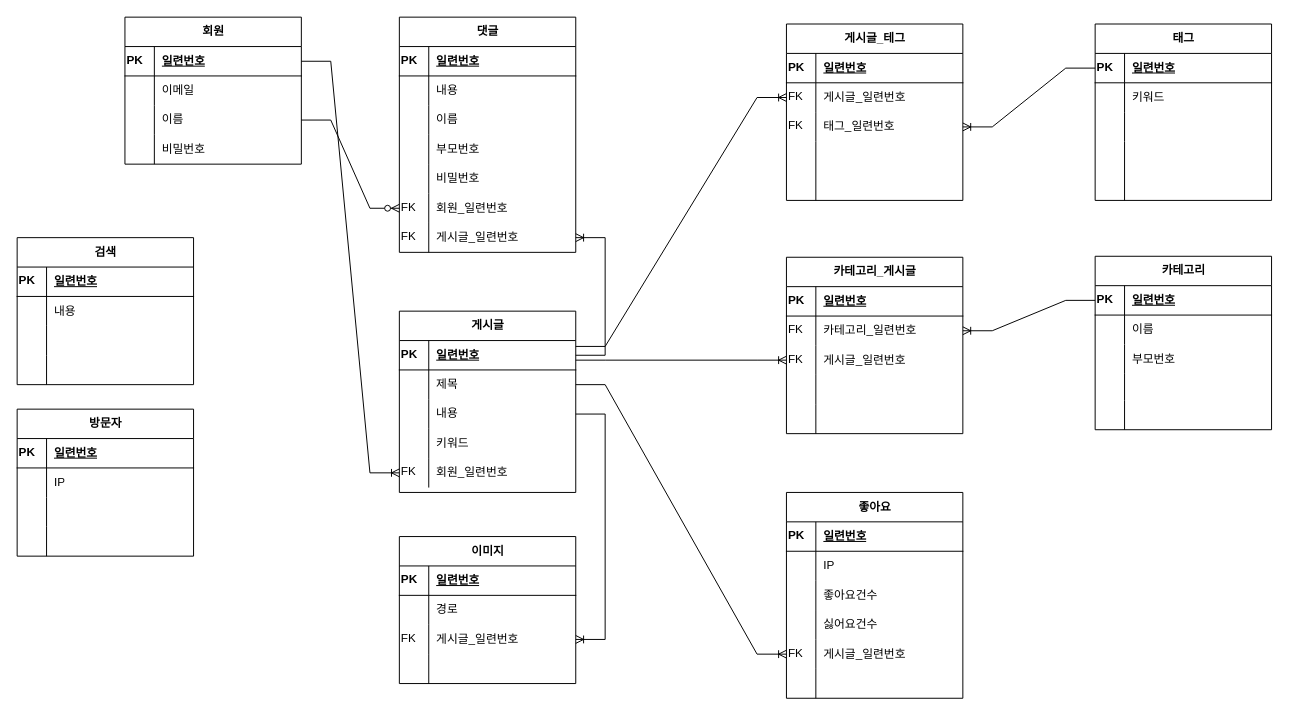
The draw.io diagram blogJoo.drawio in jookyungkim/joo-ERD, before the edit. Source tidied: cells renumbered, new cells numbered last; positions are measured from the earlier drawing's top-left corner, leaving out a move shared by most shapes. Both pictures are drawn from the tidied source at 98%, with x=0, y=0 at pixel (17, 17).
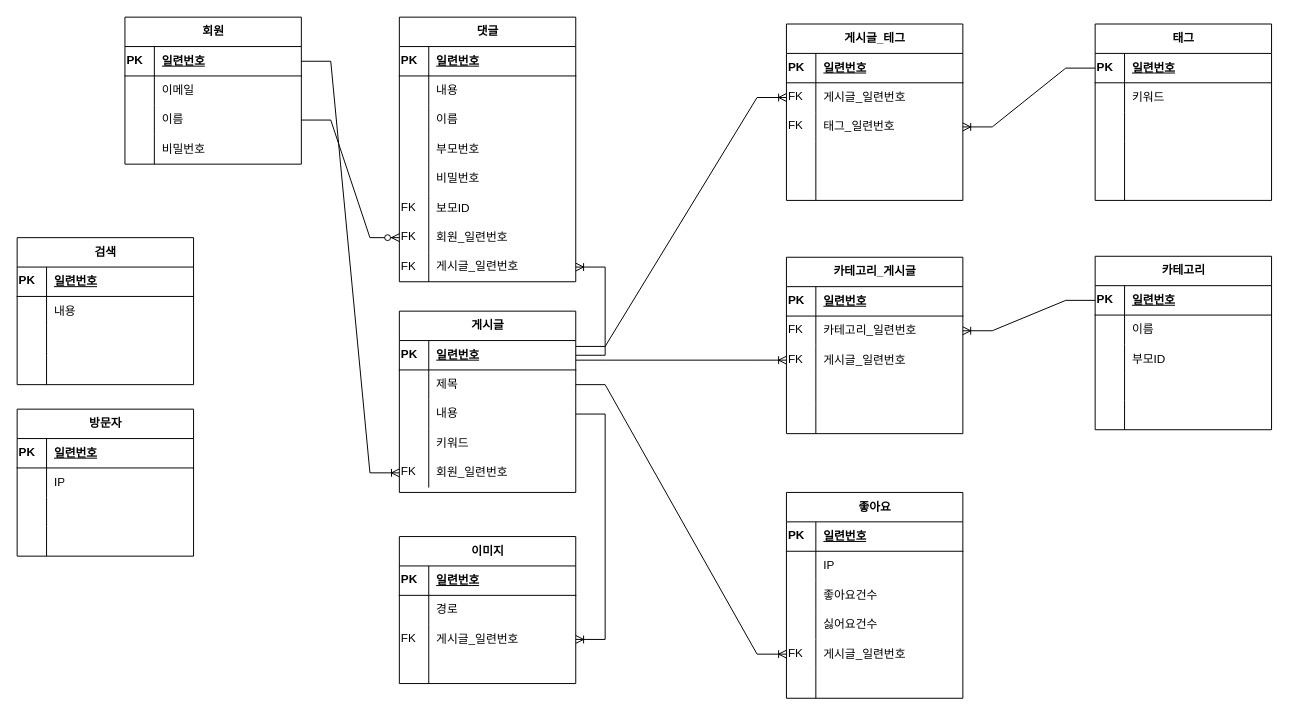
The same diagram, later.

The change refers to these unchanged cells:
```xml
<mxCell id="157" style="shape=partialRectangle;fillColor=none;top=0;left=0;bottom=0;right=0;align=left;verticalAlign=top;html=1;" parent="150" vertex="1">
  <mxGeometry y="90" width="180" height="30" as="geometry" />
</mxCell>
```

Change to the diagram source:
```diff
@@
     <mxCell id="32" value="댓글" style="shape=table;startSize=30;childLayout=tableLayout;rowLines=0;fontStyle=1;align=center;html=1;" parent="1" vertex="1">
-      <mxGeometry x="390" width="180" height="240" as="geometry" />
+      <mxGeometry x="390" width="180" height="270" as="geometry" />
     </mxCell>
@@
+    <mxCell id="184" style="shape=partialRectangle;fillColor=none;top=0;left=0;bottom=0;right=0;align=left;verticalAlign=top;html=1;" parent="32" vertex="1">
+      <mxGeometry y="180" width="180" height="30" as="geometry" />
+    </mxCell>
+    <mxCell id="185" value="FK" style="shape=partialRectangle;fillColor=none;top=0;left=0;bottom=0;right=0;overflow=hidden;align=left;verticalAlign=top;html=1;" parent="184" vertex="1">
+      <mxGeometry width="30" height="30" as="geometry" />
+    </mxCell>
+    <mxCell id="186" value="보모ID" style="shape=partialRectangle;fillColor=none;top=0;left=0;bottom=0;right=0;align=left;spacingLeft=6;overflow=hidden;html=1;" parent="184" vertex="1">
+      <mxGeometry x="30" width="150" height="30" as="geometry" />
+    </mxCell>
     <mxCell id="48" style="shape=partialRectangle;fillColor=none;top=0;left=0;bottom=0;right=0;points=[[0,0.5],[1,0.5]];portConstraint=eastwest;align=left;verticalAlign=top;html=1;" parent="32" vertex="1">
-      <mxGeometry y="180" width="180" height="30" as="geometry" />
+      <mxGeometry y="210" width="180" height="30" as="geometry" />
     </mxCell>
@@
     <mxCell id="51" style="shape=partialRectangle;fillColor=none;top=0;left=0;bottom=0;right=0;points=[[0,0.5],[1,0.5]];portConstraint=eastwest;align=left;verticalAlign=top;html=1;" parent="32" vertex="1">
-      <mxGeometry y="210" width="180" height="30" as="geometry" />
+      <mxGeometry y="240" width="180" height="30" as="geometry" />
     </mxCell>
@@
-    <mxCell id="159" value="부모번호" style="shape=partialRectangle;fillColor=none;top=0;left=0;bottom=0;right=0;align=left;spacingLeft=6;overflow=hidden;html=1;" parent="157" vertex="1">
+    <mxCell id="159" value="부모ID" style="shape=partialRectangle;fillColor=none;top=0;left=0;bottom=0;right=0;align=left;spacingLeft=6;overflow=hidden;html=1;" parent="157" vertex="1">
       <mxGeometry x="30" width="150" height="30" as="geometry" />
     </mxCell>
```
